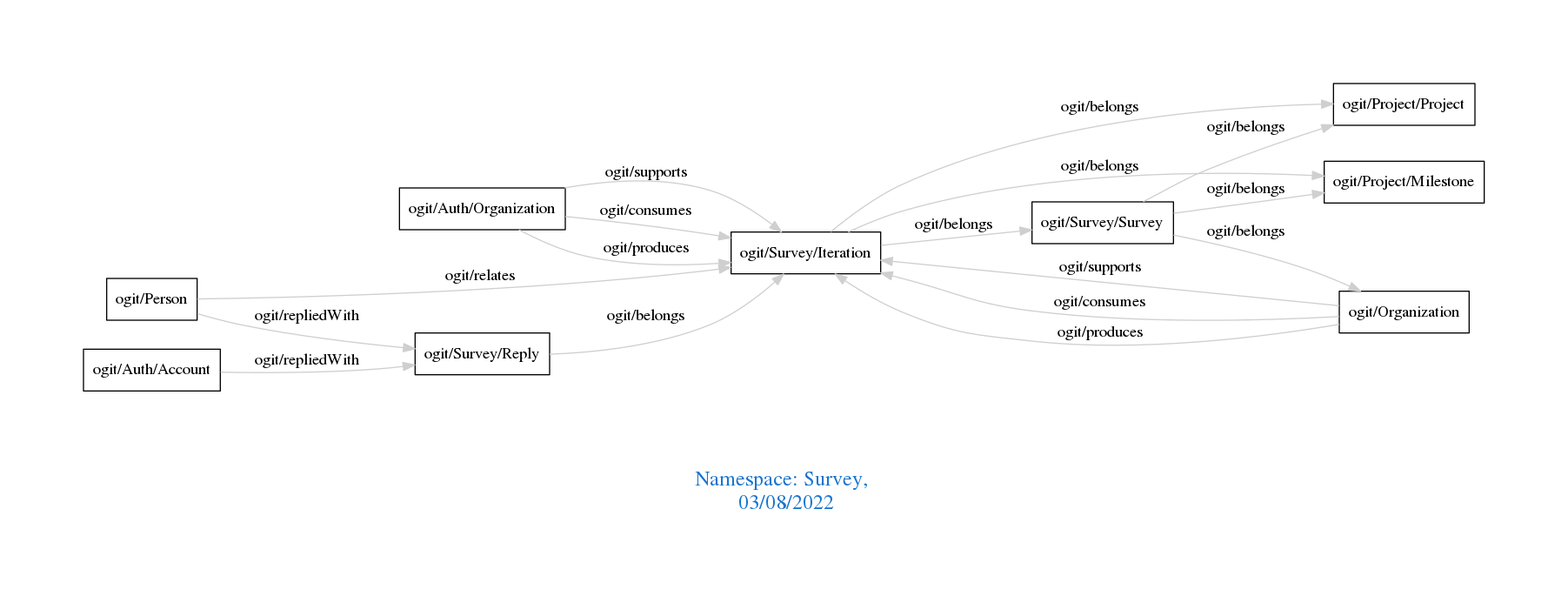
This is downloads/Survey.png from arago/OGIT, a Graphviz export, as it was before one commit. Its source is kept beside it as downloads/Survey.dot.
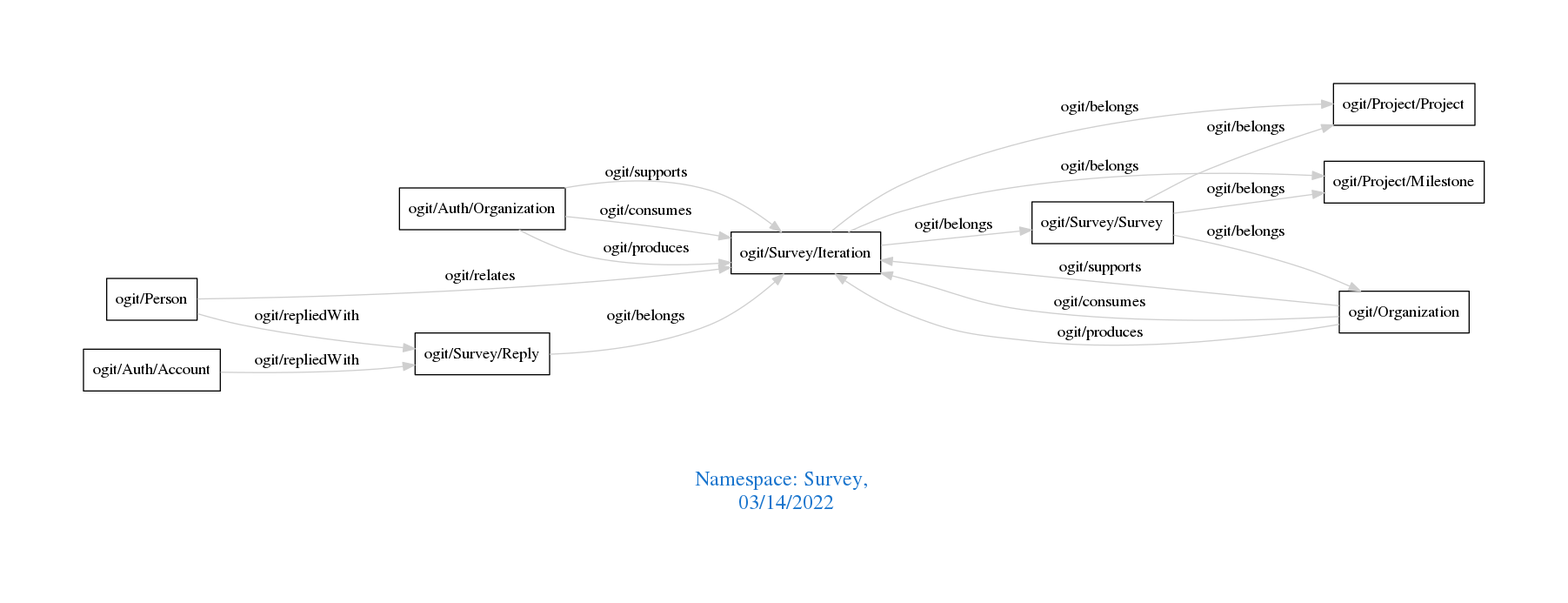
Above is the later version.

Diff of the diagram source:
```diff
@@ -1,7 +1,7 @@
 digraph OGIT_ontology {
  graph [ rankdir= LR,pad=1
 fontsize = 18,
-fontcolor= dodgerblue3,label = "\n\n\nNamespace: Survey, \n 03/08/2022"];
+fontcolor= dodgerblue3,label = "\n\n\nNamespace: Survey, \n 03/14/2022"];
 node[shape=polygon];
 edge [  color="gray81"];
 
```
